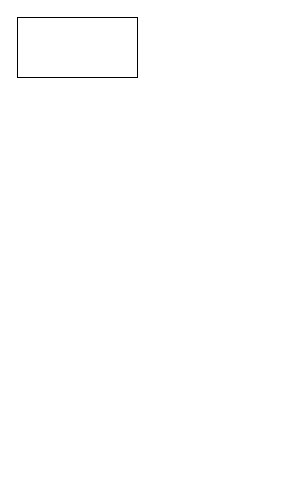
chenxx98/CS-Book keeps this draw.io diagram as USB.drawio. Above is the earlier version. Source tidied: cells renumbered, new cells numbered last; positions are measured from the earlier drawing's top-left corner, leaving out a move shared by most shapes. Both pictures are drawn from the tidied source at 100%, with x=0, y=0 at pixel (17, 17).
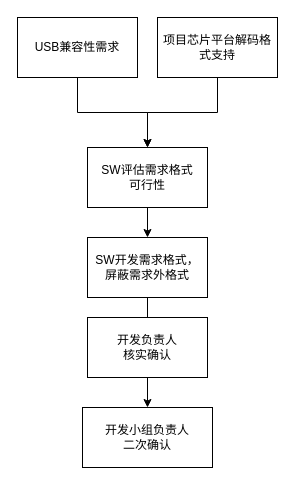
After the change.

Change to the diagram source:
```diff
@@
 <mxGraphModel>
   <root>
     <mxCell id="0" />
     <mxCell id="1" parent="0" />
+    <mxCell id="3" style="edgeStyle=orthogonalEdgeStyle;rounded=0;jettySize=auto;html=1;" parent="1" edge="1" source="2" target="5">
+      <mxGeometry relative="1" as="geometry" />
+    </mxCell>
-    <mxCell id="2" style="rounded=0;whiteSpace=wrap;html=1;" parent="1" vertex="1">
+    <mxCell id="2" value="USB兼容性需求" style="rounded=0;whiteSpace=wrap;html=1;" parent="1" vertex="1">
       <mxGeometry width="120" height="60" as="geometry" />
     </mxCell>
+    <mxCell id="4" style="edgeStyle=orthogonalEdgeStyle;rounded=0;jettySize=auto;html=1;" parent="1" edge="1" source="5" target="7">
+      <mxGeometry relative="1" as="geometry" />
+    </mxCell>
+    <mxCell id="5" value="SW评估需求格式&lt;br&gt;可行性" style="rounded=0;whiteSpace=wrap;html=1;" parent="1" vertex="1">
+      <mxGeometry x="70" y="130" width="120" height="60" as="geometry" />
+    </mxCell>
+    <mxCell id="6" style="edgeStyle=orthogonalEdgeStyle;rounded=0;jettySize=auto;html=1;" parent="1" edge="1" source="7" target="11">
+      <mxGeometry relative="1" as="geometry" />
+    </mxCell>
+    <mxCell id="7" value="SW开发需求格式，&lt;br&gt;屏蔽需求外格式" style="rounded=0;whiteSpace=wrap;html=1;" parent="1" vertex="1">
+      <mxGeometry x="70" y="220" width="120" height="60" as="geometry" />
+    </mxCell>
+    <mxCell id="8" style="edgeStyle=orthogonalEdgeStyle;rounded=0;jettySize=auto;html=1;" parent="1" edge="1" source="9" target="5">
+      <mxGeometry relative="1" as="geometry" />
+    </mxCell>
+    <mxCell id="9" value="项目芯片平台解码格式支持" style="rounded=0;whiteSpace=wrap;html=1;" parent="1" vertex="1">
+      <mxGeometry x="140" width="120" height="60" as="geometry" />
+    </mxCell>
+    <mxCell id="10" value="开发负责人&lt;br&gt;核实确认" style="rounded=0;whiteSpace=wrap;html=1;" parent="1" vertex="1">
+      <mxGeometry x="70" y="300" width="120" height="60" as="geometry" />
+    </mxCell>
+    <mxCell id="11" value="开发小组负责人&lt;br&gt;二次确认" style="rounded=0;whiteSpace=wrap;html=1;" parent="1" vertex="1">
+      <mxGeometry x="65" y="390" width="130" height="60" as="geometry" />
+    </mxCell>
   </root>
 </mxGraphModel>
```
